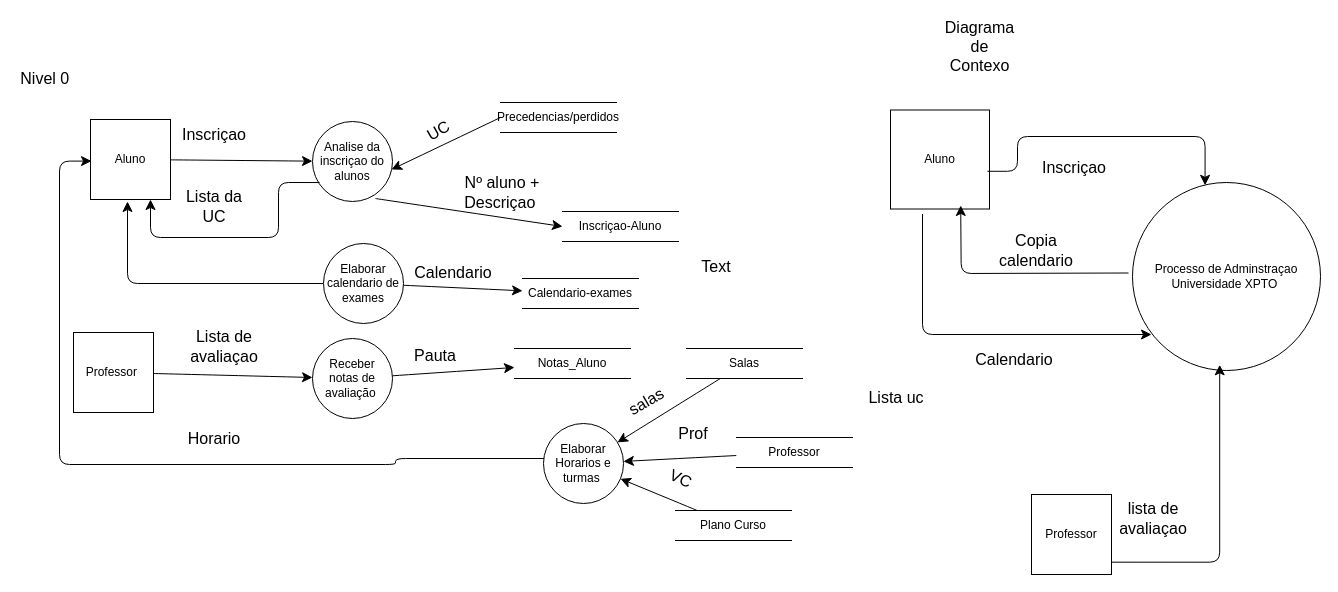
Before: page "Exercicio-DFD1" (10 of 10) of Diagrama DFD-1.drawio in andre035/Trabalhos-escola, a draw.io diagram. Source tidied: cells renumbered, new cells numbered last; positions are measured from the earlier drawing's top-left corner, leaving out a move shared by most shapes. Both pictures are drawn from the tidied source at 100%, with x=0, y=0 at pixel (17, 21).
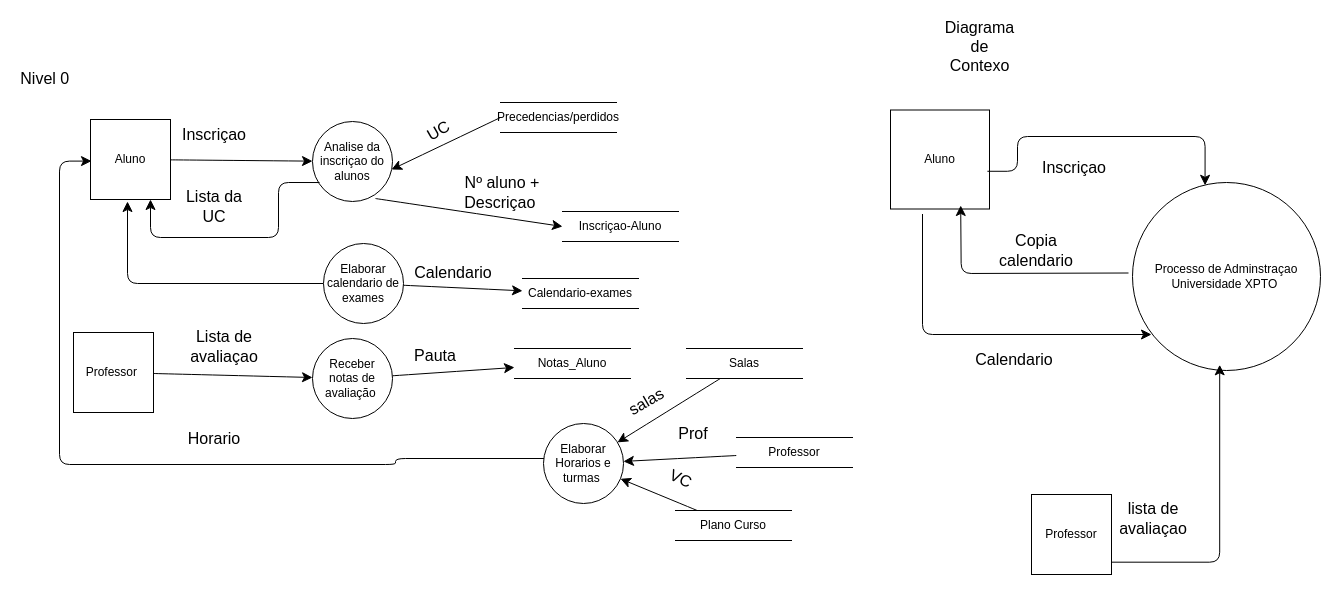
After the change.

Diff of the diagram source:
```diff
@@
-    <mxCell id="44" value="Lista uc" style="text;html=1;whiteSpace=wrap;strokeColor=none;fillColor=none;align=center;verticalAlign=middle;rounded=0;fontSize=16;" parent="1" vertex="1">
-      <mxGeometry x="849" y="361" width="60" height="30" as="geometry" />
-    </mxCell>
@@
-    <mxCell id="46" value="Text" style="text;html=1;whiteSpace=wrap;strokeColor=none;fillColor=none;align=center;verticalAlign=middle;rounded=0;fontSize=16;" parent="1" vertex="1">
-      <mxGeometry x="669" y="230" width="60" height="30" as="geometry" />
-    </mxCell>
```
